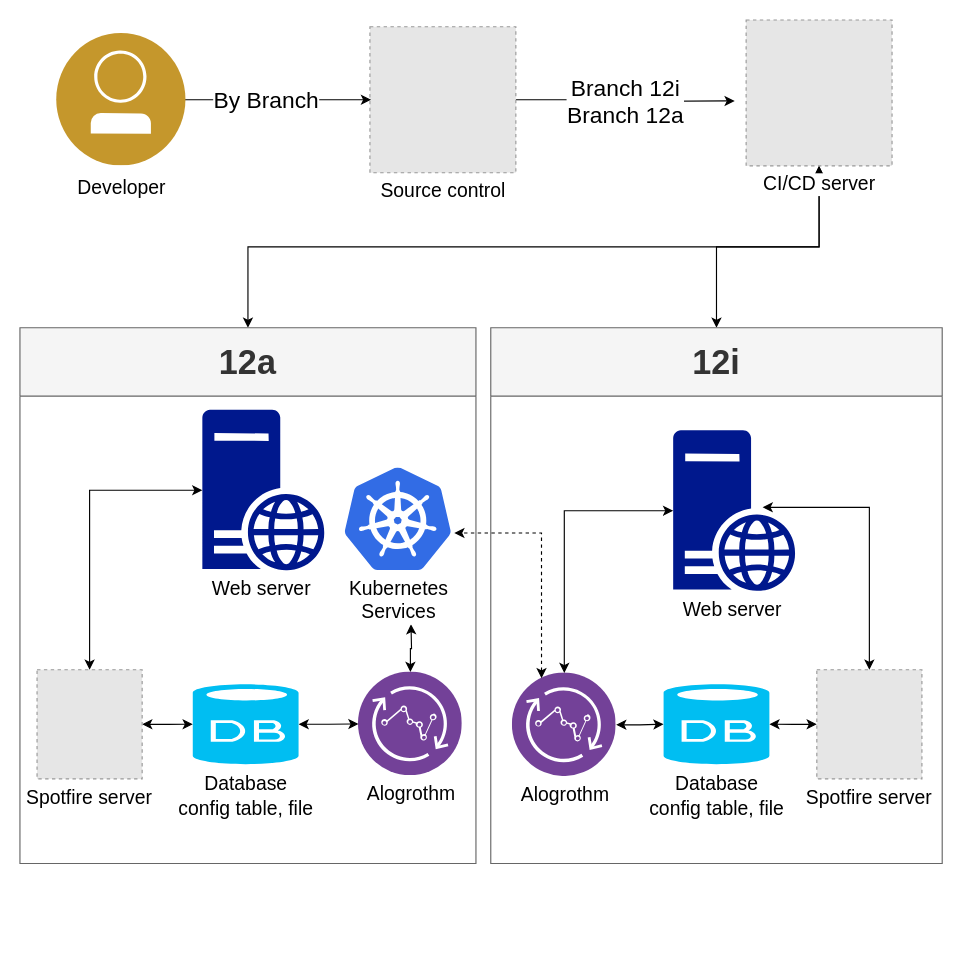
This is FanOut.drawio from JunXianWu/EllisoWeb, a draw.io file, before an edit. Source tidied: cells renumbered, new cells numbered last; positions are measured from the earlier drawing's top-left corner, leaving out a move shared by most shapes. Both pictures are drawn from the tidied source at 114%, with x=0, y=0 at pixel (19, 19). Pictures stored in the file or linked from it are replaced by grey dashed boxes.
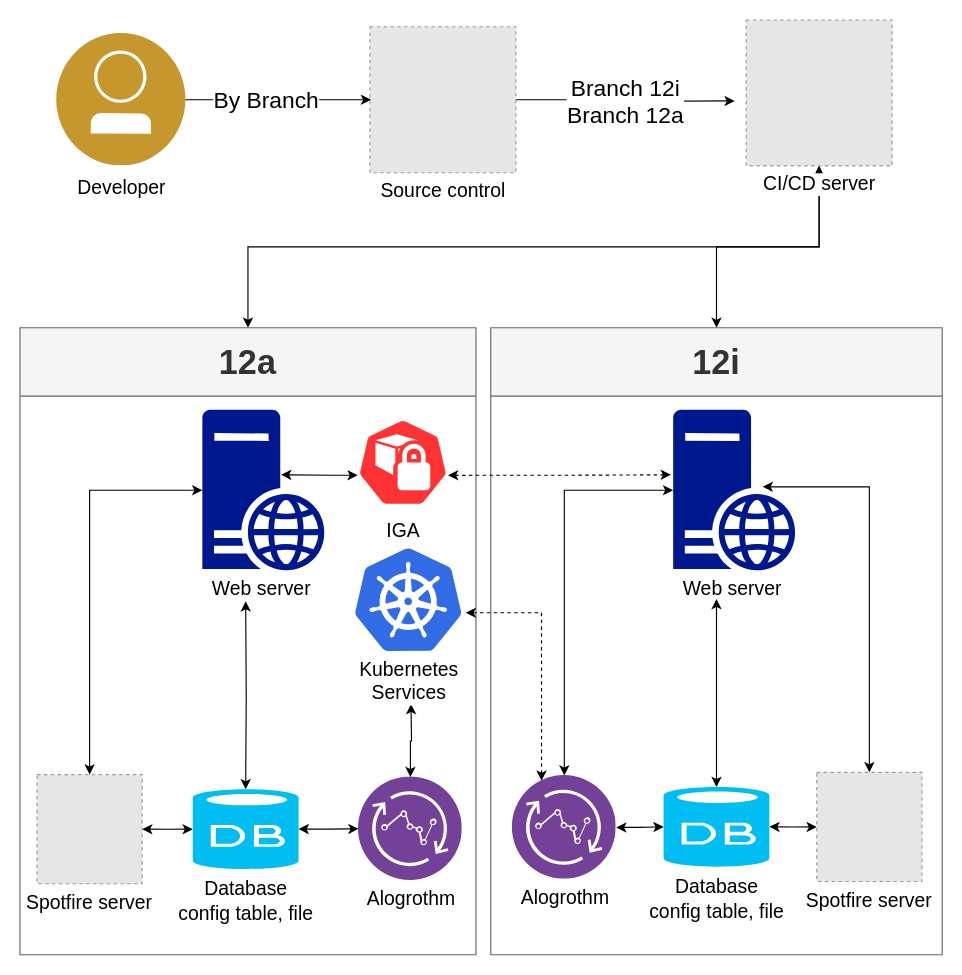
The same page after the edit.

Unchanged cells that the change refers to:
```xml
<mxCell id="24" value="&lt;font style=&quot;font-size: 17px&quot;&gt;Web server&amp;nbsp;&lt;br&gt;&lt;/font&gt;" style="shadow=0;dashed=0;html=1;strokeColor=none;labelPosition=center;verticalLabelPosition=bottom;verticalAlign=top;align=center;fillColor=#00188D;shape=mxgraph.mscae.enterprise.web_server;" parent="18" vertex="1">
  <mxGeometry x="160" y="72" width="107.2" height="141" as="geometry" />
</mxCell>
```

Change to the diagram source:
```diff
@@
     <mxCell id="9" value="12i" style="swimlane;whiteSpace=wrap;fillColor=#f5f5f5;strokeColor=#666666;fontColor=#333333;startSize=60;fontSize=30;" parent="1" vertex="1">
-      <mxGeometry x="413" y="270" width="396" height="470" as="geometry" />
+      <mxGeometry x="413" y="270" width="396" height="550" as="geometry" />
     </mxCell>
@@
     <mxCell id="11" value="&lt;font style=&quot;font-size: 17px&quot; color=&quot;#000000&quot;&gt;Alogrothm&lt;/font&gt;" style="perimeter=ellipsePerimeter;html=1;align=center;shadow=0;dashed=0;image;image=img/lib/ibm/analytics/streaming_computing.svg;fillColor=#FFFFFF;fontColor=#FFFFFF;labelBackgroundColor=none;" parent="9" vertex="1">
-      <mxGeometry x="19" y="302.8" width="91" height="91" as="geometry" />
+      <mxGeometry x="19" y="392.8" width="91" height="91" as="geometry" />
     </mxCell>
@@
     <mxCell id="13" value="Spotfire server" style="fillColor=#E6E6E6;strokeColor=#999999;dashed=1;verticalLabelPosition=bottom;labelBackgroundColor=#ffffff;verticalAlign=top;fontSize=17;" parent="9" vertex="1">
-      <mxGeometry x="286" y="300" width="92.2" height="95.7" as="geometry" />
+      <mxGeometry x="286" y="390" width="92.2" height="95.7" as="geometry" />
     </mxCell>
@@
     <mxCell id="16" value="&lt;font style=&quot;font-size: 17px&quot;&gt;Web server&amp;nbsp;&lt;br&gt;&lt;/font&gt;" style="shadow=0;dashed=0;html=1;strokeColor=none;labelPosition=center;verticalLabelPosition=bottom;verticalAlign=top;align=center;fillColor=#00188D;shape=mxgraph.mscae.enterprise.web_server;" parent="9" vertex="1">
-      <mxGeometry x="160" y="90" width="107.2" height="141" as="geometry" />
+      <mxGeometry x="160" y="72" width="107.2" height="141" as="geometry" />
     </mxCell>
     <mxCell id="17" value="&lt;font style=&quot;font-size: 17px&quot;&gt;Database&lt;br&gt;config table, file&lt;br&gt;&lt;/font&gt;" style="verticalLabelPosition=bottom;html=1;verticalAlign=top;align=center;strokeColor=none;fillColor=#00BEF2;shape=mxgraph.azure.database;fontSize=18;" parent="9" vertex="1">
-      <mxGeometry x="151.6" y="312.8" width="92.8" height="70" as="geometry" />
+      <mxGeometry x="151.6" y="402.8" width="92.8" height="70" as="geometry" />
     </mxCell>
+    <mxCell id="29" style="edgeStyle=orthogonalEdgeStyle;rounded=0;orthogonalLoop=1;jettySize=auto;html=1;entryX=0.5;entryY=0;entryDx=0;entryDy=0;entryPerimeter=0;startArrow=classic;startFill=1;endArrow=classic;endFill=1;" parent="9" edge="1">
+      <mxGeometry relative="1" as="geometry">
+        <mxPoint x="198" y="238" as="sourcePoint" />
+        <mxPoint x="198" y="402.8" as="targetPoint" />
+        <Array as="points">
+          <mxPoint x="198" y="298" />
+          <mxPoint x="198" y="298" />
+        </Array>
+      </mxGeometry>
+    </mxCell>
     <mxCell id="18" value="12a" style="swimlane;whiteSpace=wrap;fillColor=#f5f5f5;strokeColor=#666666;fontColor=#333333;startSize=60;fontSize=30;" parent="1" vertex="1">
-      <mxGeometry y="270" width="400" height="470" as="geometry" />
+      <mxGeometry y="270" width="400" height="550" as="geometry" />
     </mxCell>
     <mxCell id="19" style="edgeStyle=orthogonalEdgeStyle;rounded=0;jettySize=auto;html=1;exitX=0.5;exitY=0;exitDx=0;exitDy=0;startArrow=classic;startFill=1;endArrow=classic;endFill=1;" parent="18" edge="1" source="20">
       <mxGeometry relative="1" as="geometry">
-        <mxPoint x="343" y="260" as="targetPoint" />
+        <mxPoint x="343" y="330" as="targetPoint" />
       </mxGeometry>
     </mxCell>
     <mxCell id="20" value="&lt;font style=&quot;font-size: 17px&quot; color=&quot;#000000&quot;&gt;Alogrothm&lt;/font&gt;" style="perimeter=ellipsePerimeter;html=1;align=center;shadow=0;dashed=0;image;image=img/lib/ibm/analytics/streaming_computing.svg;fillColor=#FFFFFF;fontColor=#FFFFFF;labelBackgroundColor=none;" parent="18" vertex="1">
-      <mxGeometry x="297" y="302" width="91" height="91" as="geometry" />
+      <mxGeometry x="297" y="394" width="91" height="91" as="geometry" />
     </mxCell>
@@
     <mxCell id="22" value="Spotfire server" style="fillColor=#E6E6E6;strokeColor=#999999;dashed=1;verticalLabelPosition=bottom;labelBackgroundColor=#ffffff;verticalAlign=top;fontSize=17;" parent="18" vertex="1">
-      <mxGeometry x="15" y="300" width="92.2" height="95.7" as="geometry" />
+      <mxGeometry x="15" y="392" width="92.2" height="95.7" as="geometry" />
     </mxCell>
@@
+    <mxCell id="30" style="edgeStyle=orthogonalEdgeStyle;rounded=0;jettySize=auto;html=1;entryX=0.5;entryY=0;entryDx=0;entryDy=0;entryPerimeter=0;startArrow=classic;startFill=1;endArrow=classic;endFill=1;" parent="18" edge="1" target="26">
+      <mxGeometry relative="1" as="geometry">
+        <mxPoint x="198" y="240" as="sourcePoint" />
+      </mxGeometry>
+    </mxCell>
@@
     <mxCell id="26" value="&lt;font style=&quot;font-size: 17px&quot;&gt;Database&lt;br&gt;config table, file&lt;br&gt;&lt;/font&gt;" style="verticalLabelPosition=bottom;html=1;verticalAlign=top;align=center;strokeColor=none;fillColor=#00BEF2;shape=mxgraph.azure.database;fontSize=18;" parent="18" vertex="1">
-      <mxGeometry x="151.6" y="312.8" width="92.8" height="70" as="geometry" />
+      <mxGeometry x="151.6" y="404.8" width="92.8" height="70" as="geometry" />
     </mxCell>
     <mxCell id="27" value="&lt;font style=&quot;font-size: 17px&quot;&gt;Kubernetes&lt;br&gt;Services&lt;/font&gt;" style="html=1;align=center;image;fontSize=12;image=img/lib/mscae/Kubernetes.svg;" parent="18" vertex="1">
-      <mxGeometry x="285" y="123" width="93.8" height="90" as="geometry" />
+      <mxGeometry x="294.2" y="194" width="93.8" height="90" as="geometry" />
     </mxCell>
+    <mxCell id="31" style="edgeStyle=orthogonalEdgeStyle;rounded=0;jettySize=auto;html=1;exitX=0.005;exitY=0.63;exitDx=0;exitDy=0;exitPerimeter=0;entryX=0.645;entryY=0.404;entryDx=0;entryDy=0;entryPerimeter=0;startArrow=classic;startFill=1;endArrow=classic;endFill=1;" parent="18" edge="1" source="32" target="24">
+      <mxGeometry relative="1" as="geometry" />
+    </mxCell>
+    <mxCell id="32" value="&lt;font style=&quot;font-size: 17px&quot;&gt;&lt;br&gt;&lt;br&gt;&lt;br&gt;&lt;br&gt;&lt;br&gt;&lt;br&gt;IGA&lt;/font&gt;" style="html=1;dashed=0;whitespace=wrap;strokeColor=#ffffff;points=[[0.005,0.63,0],[0.1,0.2,0],[0.9,0.2,0],[0.5,0,0],[0.995,0.63,0],[0.72,0.99,0],[0.5,1,0],[0.28,0.99,0]];shape=mxgraph.kubernetes.icon;prIcon=psp;fillColor=#FF3333;" parent="18" vertex="1">
+      <mxGeometry x="295.9" y="74" width="80" height="88" as="geometry" />
+    </mxCell>
     <mxCell id="28" style="edgeStyle=orthogonalEdgeStyle;rounded=0;jettySize=auto;html=1;exitX=0.25;exitY=0;exitDx=0;exitDy=0;startArrow=classic;startFill=1;endArrow=classic;endFill=1;dashed=1;" parent="1" edge="1" source="11">
       <mxGeometry relative="1" as="geometry">
-        <mxPoint x="381" y="450" as="targetPoint" />
+        <mxPoint x="391" y="520" as="targetPoint" />
         <Array as="points">
-          <mxPoint x="458" y="450" />
+          <mxPoint x="458" y="520" />
         </Array>
       </mxGeometry>
     </mxCell>
+    <mxCell id="33" style="edgeStyle=orthogonalEdgeStyle;rounded=0;jettySize=auto;html=1;exitX=0.995;exitY=0.63;exitDx=0;exitDy=0;exitPerimeter=0;startArrow=classic;startFill=1;endArrow=classic;endFill=1;dashed=1;" parent="1" edge="1" source="32">
+      <mxGeometry relative="1" as="geometry">
+        <mxPoint x="571" y="399" as="targetPoint" />
+      </mxGeometry>
+    </mxCell>
```
